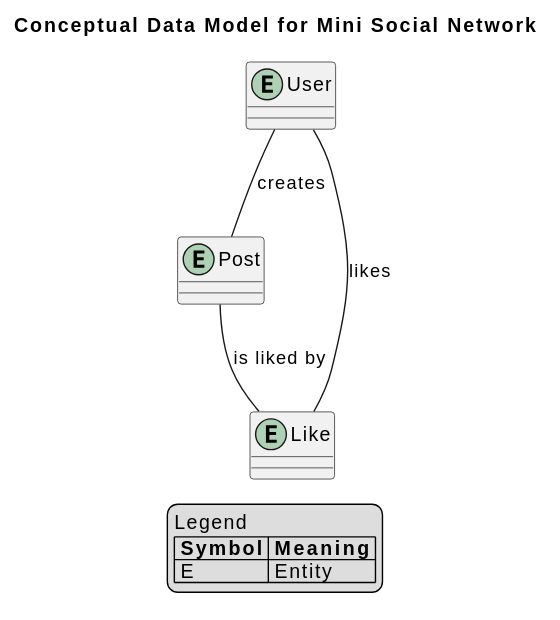
This is 01-contenus-du-cours/03-bases-de-donnees-eloquent-et-modeles/02-mini-projet/images/conceptual-data-model.svg from heig-vd-devprodmed-course/heig-vd-devprodmed-course, a PlantUML export, as it was before one commit.
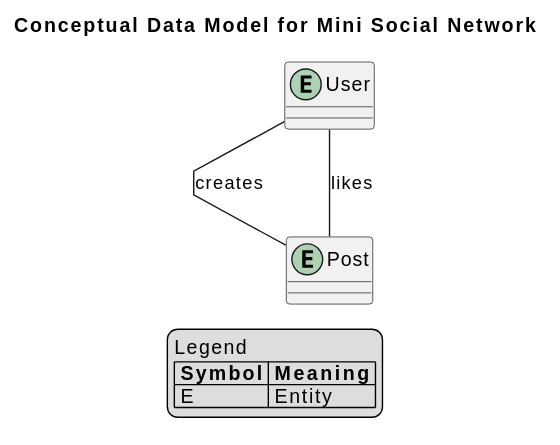
The same file after the commit.

Diff of the diagram source:
```diff
@@ -1,15 +1,16 @@
 @startuml
+
+skinparam linetype polyline
+skinparam nodesep 100
+
 title Conceptual Data Model for Mini Social Network
 
 entity User {}
 
 entity Post {}
 
-entity Like {}
-
 User -- Post : creates
-User -- Like : likes
-Post -- Like : is liked by
+User -- Post : likes
 
 legend right
 Legend
```
